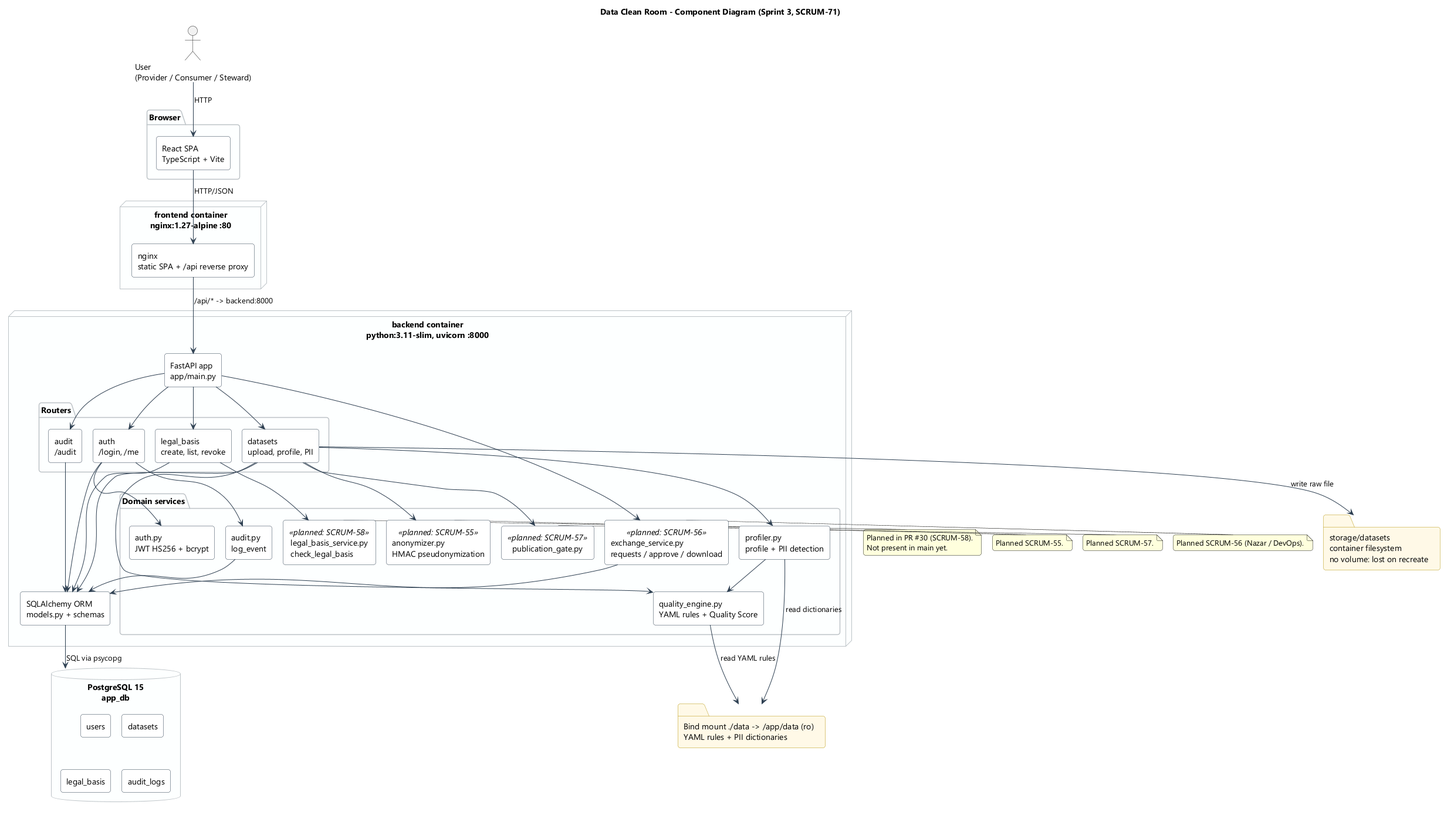
Earlier version of the PlantUML export docs/architecture/component.png (olesJS/data_clean_room).
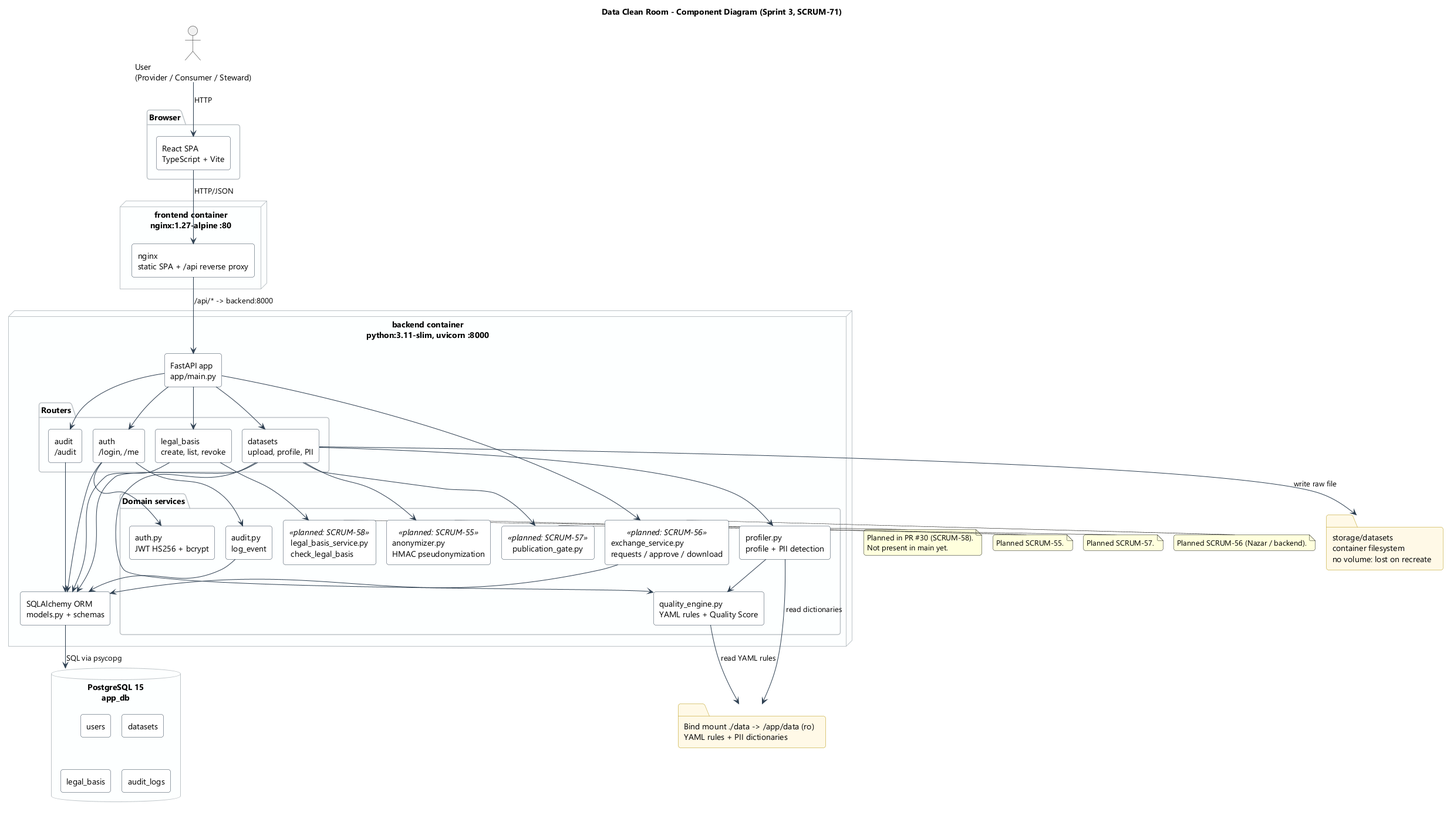
Later version of the same file.

Commit message:
docs(SCRUM-71): correct Nazar's role in component diagram

Change to the diagram source:
```diff
@@ -113,7 +113,7 @@
 end note
 
 note right of Exchange
-  Planned SCRUM-56 (Nazar / DevOps).
+  Planned SCRUM-56 (Nazar / backend).
 end note
 
 @enduml
```
